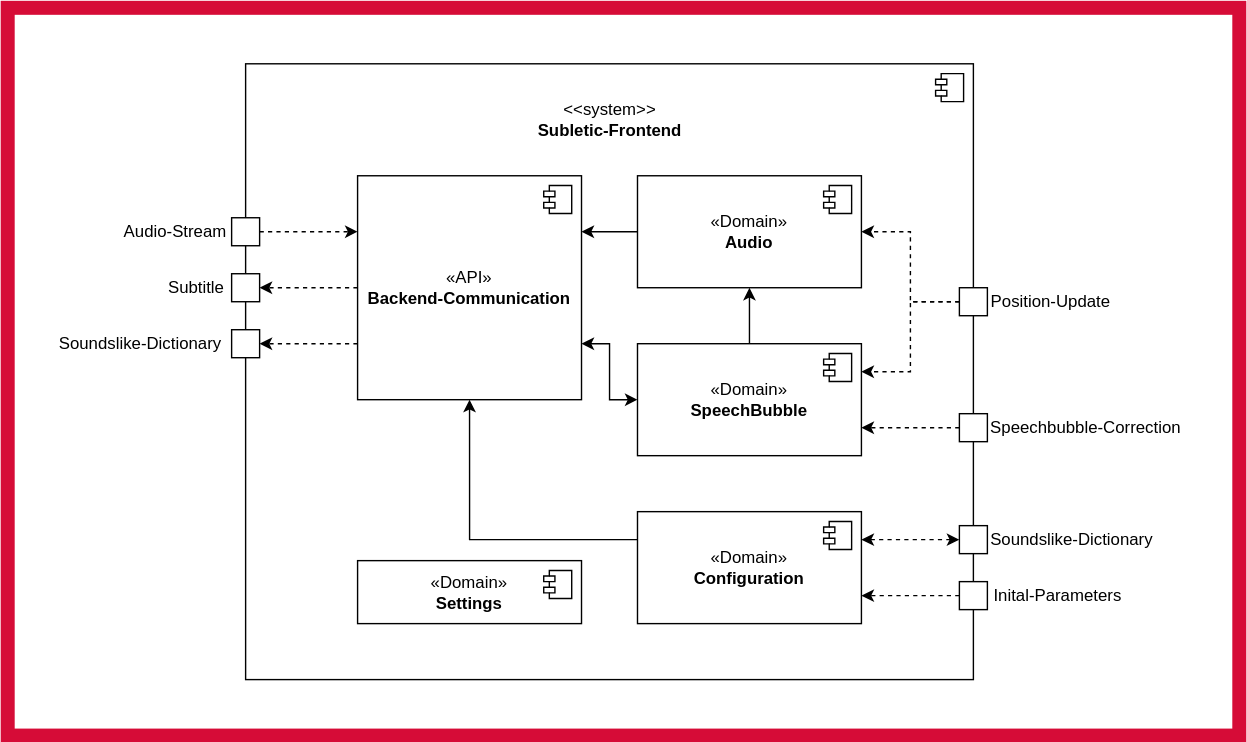
Subletic/Documentation keeps this draw.io diagram as TechnicalDocumentation/arc42/img/Bausteinsicht_1_Frontend.drawio.svg. Above is the earlier version. Source tidied: cells renumbered, new cells last; positions are measured from the earlier drawing's top-left corner, leaving out a move shared by most shapes. Source of this version:
```xml
<mxGraphModel>
  <root>
    <mxCell id="0" />
    <mxCell id="1" parent="0" />
    <mxCell id="2" style="rounded=0;whiteSpace=wrap;html=1;strokeColor=#D60C37;strokeWidth=10;" parent="1" vertex="1">
      <mxGeometry width="880" height="520" as="geometry" />
    </mxCell>
    <mxCell id="3" style="html=1;whiteSpace=wrap;" parent="1" vertex="1">
      <mxGeometry x="170" y="40" width="520" height="440" as="geometry" />
    </mxCell>
    <mxCell id="4" style="shape=module;jettyWidth=8;jettyHeight=4;" parent="3" vertex="1">
      <mxGeometry x="1" width="20" height="20" relative="1" as="geometry">
        <mxPoint x="-27" y="7" as="offset" />
      </mxGeometry>
    </mxCell>
    <mxCell id="5" style="edgeStyle=orthogonalEdgeStyle;rounded=0;jettySize=auto;html=1;exitX=0;exitY=0.5;exitDx=0;exitDy=0;entryX=1;entryY=0.5;entryDx=0;entryDy=0;dashed=1;" parent="1" edge="1" source="8" target="20">
      <mxGeometry relative="1" as="geometry">
        <Array as="points">
          <mxPoint x="210" y="200" />
          <mxPoint x="210" y="200" />
        </Array>
      </mxGeometry>
    </mxCell>
    <mxCell id="6" style="edgeStyle=orthogonalEdgeStyle;rounded=0;jettySize=auto;html=1;exitX=1;exitY=0.75;exitDx=0;exitDy=0;entryX=0;entryY=0.5;entryDx=0;entryDy=0;startArrow=classic;startFill=1;" parent="1" edge="1" source="8" target="14">
      <mxGeometry relative="1" as="geometry" />
    </mxCell>
    <mxCell id="7" style="edgeStyle=orthogonalEdgeStyle;rounded=0;jettySize=auto;html=1;exitX=0;exitY=0.75;exitDx=0;exitDy=0;entryX=1;entryY=0.5;entryDx=0;entryDy=0;dashed=1;" parent="1" edge="1" source="8" target="31">
      <mxGeometry relative="1" as="geometry" />
    </mxCell>
    <mxCell id="8" value="«API»&lt;br&gt;&lt;b&gt;Backend-Communication&lt;/b&gt;" style="html=1;whiteSpace=wrap;" parent="1" vertex="1">
      <mxGeometry x="250" y="120" width="160" height="160" as="geometry" />
    </mxCell>
    <mxCell id="9" style="shape=module;jettyWidth=8;jettyHeight=4;" parent="8" vertex="1">
      <mxGeometry x="1" width="20" height="20" relative="1" as="geometry">
        <mxPoint x="-27" y="7" as="offset" />
      </mxGeometry>
    </mxCell>
    <mxCell id="10" style="rounded=0;jettySize=auto;html=1;endArrow=classic;endFill=1;exitX=0.5;exitY=0;exitDx=0;exitDy=0;entryX=0.5;entryY=1;entryDx=0;entryDy=0;" parent="1" edge="1" source="14" target="12">
      <mxGeometry relative="1" as="geometry" />
    </mxCell>
    <mxCell id="11" style="edgeStyle=orthogonalEdgeStyle;html=1;exitX=0;exitY=0.5;exitDx=0;exitDy=0;entryX=1;entryY=0.25;entryDx=0;entryDy=0;rounded=0;" parent="1" edge="1" source="12" target="8">
      <mxGeometry relative="1" as="geometry" />
    </mxCell>
    <mxCell id="12" value="«Domain»&lt;br&gt;&lt;b&gt;Audio&lt;/b&gt;" style="html=1;whiteSpace=wrap;" parent="1" vertex="1">
      <mxGeometry x="450" y="120" width="160" height="80" as="geometry" />
    </mxCell>
    <mxCell id="13" style="shape=module;jettyWidth=8;jettyHeight=4;" parent="12" vertex="1">
      <mxGeometry x="1" width="20" height="20" relative="1" as="geometry">
        <mxPoint x="-27" y="7" as="offset" />
      </mxGeometry>
    </mxCell>
    <mxCell id="14" value="«Domain»&lt;br&gt;&lt;b&gt;SpeechBubble&lt;/b&gt;" style="html=1;whiteSpace=wrap;" parent="1" vertex="1">
      <mxGeometry x="450" y="240" width="160" height="80" as="geometry" />
    </mxCell>
    <mxCell id="15" style="shape=module;jettyWidth=8;jettyHeight=4;" parent="14" vertex="1">
      <mxGeometry x="1" width="20" height="20" relative="1" as="geometry">
        <mxPoint x="-27" y="7" as="offset" />
      </mxGeometry>
    </mxCell>
    <mxCell id="16" style="edgeStyle=orthogonalEdgeStyle;rounded=0;jettySize=auto;html=1;exitX=0;exitY=0.5;exitDx=0;exitDy=0;dashed=1;entryX=1;entryY=0.75;entryDx=0;entryDy=0;" parent="1" edge="1" source="24" target="14">
      <mxGeometry relative="1" as="geometry" />
    </mxCell>
    <mxCell id="17" style="edgeStyle=orthogonalEdgeStyle;rounded=0;jettySize=auto;html=1;entryX=0;entryY=0.25;entryDx=0;entryDy=0;dashed=1;exitX=1;exitY=0.5;exitDx=0;exitDy=0;" parent="1" edge="1" source="18" target="8">
      <mxGeometry relative="1" as="geometry">
        <Array as="points">
          <mxPoint x="190" y="160" />
          <mxPoint x="190" y="160" />
        </Array>
      </mxGeometry>
    </mxCell>
    <mxCell id="18" style="rounded=0;whiteSpace=wrap;html=1;" parent="1" vertex="1">
      <mxGeometry x="160" y="150" width="20" height="20" as="geometry" />
    </mxCell>
    <mxCell id="19" value="Audio-Stream" style="text;html=1;strokeColor=none;fillColor=none;align=center;verticalAlign=middle;whiteSpace=wrap;rounded=0;" parent="1" vertex="1">
      <mxGeometry x="80" y="145" width="80" height="30" as="geometry" />
    </mxCell>
    <mxCell id="20" style="rounded=0;whiteSpace=wrap;html=1;" parent="1" vertex="1">
      <mxGeometry x="160" y="190" width="20" height="20" as="geometry" />
    </mxCell>
    <mxCell id="21" value="Soundslike-Dictionary" style="text;html=1;strokeColor=none;fillColor=none;align=center;verticalAlign=middle;whiteSpace=wrap;rounded=0;" parent="1" vertex="1">
      <mxGeometry x="30" y="225" width="130" height="30" as="geometry" />
    </mxCell>
    <mxCell id="22" style="edgeStyle=orthogonalEdgeStyle;rounded=0;jettySize=auto;html=1;exitX=0;exitY=0.5;exitDx=0;exitDy=0;entryX=1;entryY=0.25;entryDx=0;entryDy=0;dashed=1;startArrow=classic;startFill=1;" parent="1" edge="1" source="23" target="29">
      <mxGeometry relative="1" as="geometry" />
    </mxCell>
    <mxCell id="23" style="rounded=0;whiteSpace=wrap;html=1;" parent="1" vertex="1">
      <mxGeometry x="680" y="370" width="20" height="20" as="geometry" />
    </mxCell>
    <mxCell id="24" style="rounded=0;whiteSpace=wrap;html=1;" parent="1" vertex="1">
      <mxGeometry x="680" y="290" width="20" height="20" as="geometry" />
    </mxCell>
    <mxCell id="25" value="&lt;div&gt;&amp;lt;&amp;lt;system&amp;gt;&amp;gt;&lt;/div&gt;&lt;div&gt;&lt;b&gt;Subletic-Frontend&lt;/b&gt;&lt;br&gt;&lt;/div&gt;" style="text;html=1;align=center;verticalAlign=middle;strokeColor=none;fillColor=none;" parent="1" vertex="1">
      <mxGeometry x="365" y="60" width="130" height="40" as="geometry" />
    </mxCell>
    <mxCell id="26" value="Soundslike-Dictionary" style="text;html=1;align=center;verticalAlign=middle;strokeColor=none;fillColor=none;rotation=0;" parent="1" vertex="1">
      <mxGeometry x="700" y="365" width="120" height="30" as="geometry" />
    </mxCell>
    <mxCell id="27" value="Speechbubble-Correction" style="text;html=1;align=center;verticalAlign=middle;strokeColor=none;fillColor=none;" parent="1" vertex="1">
      <mxGeometry x="700" y="285" width="140" height="30" as="geometry" />
    </mxCell>
    <mxCell id="28" style="edgeStyle=orthogonalEdgeStyle;rounded=0;jettySize=auto;html=1;exitX=0;exitY=0.25;exitDx=0;exitDy=0;entryX=0.5;entryY=1;entryDx=0;entryDy=0;" parent="1" edge="1" source="29" target="8">
      <mxGeometry relative="1" as="geometry" />
    </mxCell>
    <mxCell id="29" value="&lt;div&gt;«Domain»&lt;/div&gt;&lt;b&gt;Configuration&lt;/b&gt;" style="html=1;whiteSpace=wrap;" parent="1" vertex="1">
      <mxGeometry x="450" y="360" width="160" height="80" as="geometry" />
    </mxCell>
    <mxCell id="30" style="shape=module;jettyWidth=8;jettyHeight=4;" parent="29" vertex="1">
      <mxGeometry x="1" width="20" height="20" relative="1" as="geometry">
        <mxPoint x="-27" y="7" as="offset" />
      </mxGeometry>
    </mxCell>
    <mxCell id="31" style="rounded=0;whiteSpace=wrap;html=1;" parent="1" vertex="1">
      <mxGeometry x="160" y="230" width="20" height="20" as="geometry" />
    </mxCell>
    <mxCell id="32" value="Subtitle" style="text;html=1;strokeColor=none;fillColor=none;align=center;verticalAlign=middle;whiteSpace=wrap;rounded=0;" parent="1" vertex="1">
      <mxGeometry x="110" y="185" width="50" height="30" as="geometry" />
    </mxCell>
    <mxCell id="33" style="edgeStyle=orthogonalEdgeStyle;rounded=0;jettySize=auto;html=1;exitX=0;exitY=0.5;exitDx=0;exitDy=0;entryX=1;entryY=0.25;entryDx=0;entryDy=0;dashed=1;" parent="1" edge="1" source="35" target="14">
      <mxGeometry relative="1" as="geometry" />
    </mxCell>
    <mxCell id="34" style="edgeStyle=orthogonalEdgeStyle;rounded=0;jettySize=auto;html=1;exitX=0;exitY=0.5;exitDx=0;exitDy=0;entryX=1;entryY=0.5;entryDx=0;entryDy=0;dashed=1;" parent="1" edge="1" source="35" target="12">
      <mxGeometry relative="1" as="geometry" />
    </mxCell>
    <mxCell id="35" style="rounded=0;whiteSpace=wrap;html=1;" parent="1" vertex="1">
      <mxGeometry x="680" y="200" width="20" height="20" as="geometry" />
    </mxCell>
    <mxCell id="36" value="Position-Update" style="text;html=1;align=center;verticalAlign=middle;strokeColor=none;fillColor=none;" parent="1" vertex="1">
      <mxGeometry x="700" y="195" width="90" height="30" as="geometry" />
    </mxCell>
    <mxCell id="37" style="rounded=0;whiteSpace=wrap;html=1;" parent="1" vertex="1">
      <mxGeometry x="680" y="410" width="20" height="20" as="geometry" />
    </mxCell>
    <mxCell id="38" style="edgeStyle=orthogonalEdgeStyle;rounded=0;jettySize=auto;html=1;exitX=0;exitY=0.5;exitDx=0;exitDy=0;entryX=1;entryY=0.75;entryDx=0;entryDy=0;dashed=1;startArrow=none;startFill=0;endArrow=classic;endFill=1;" parent="1" edge="1" source="37" target="29">
      <mxGeometry relative="1" as="geometry" />
    </mxCell>
    <mxCell id="39" value="Inital-Parameters" style="text;html=1;align=center;verticalAlign=middle;strokeColor=none;fillColor=none;rotation=0;" parent="1" vertex="1">
      <mxGeometry x="700" y="405" width="100" height="30" as="geometry" />
    </mxCell>
    <mxCell id="40" value="&lt;div&gt;«Domain»&lt;/div&gt;&lt;b&gt;Settings&lt;/b&gt;" style="html=1;whiteSpace=wrap;" parent="1" vertex="1">
      <mxGeometry x="250" y="395" width="160" height="45" as="geometry" />
    </mxCell>
    <mxCell id="41" style="shape=module;jettyWidth=8;jettyHeight=4;" parent="40" vertex="1">
      <mxGeometry x="1" width="20" height="20" relative="1" as="geometry">
        <mxPoint x="-27" y="7" as="offset" />
      </mxGeometry>
    </mxCell>
  </root>
</mxGraphModel>
```
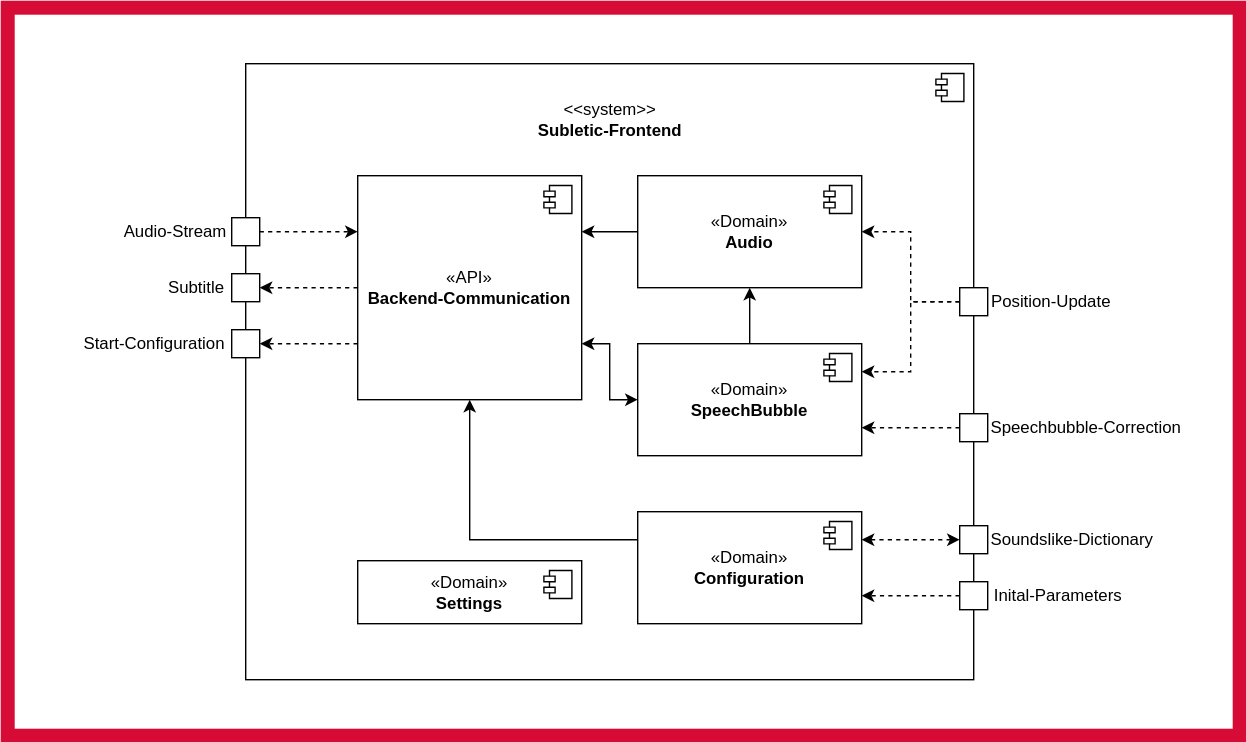
The same file after the commit.

The edit, as a diff of the source:
```diff
@@ -77,8 +77,8 @@
     <mxCell id="20" style="rounded=0;whiteSpace=wrap;html=1;" parent="1" vertex="1">
       <mxGeometry x="160" y="190" width="20" height="20" as="geometry" />
     </mxCell>
-    <mxCell id="21" value="Soundslike-Dictionary" style="text;html=1;strokeColor=none;fillColor=none;align=center;verticalAlign=middle;whiteSpace=wrap;rounded=0;" parent="1" vertex="1">
-      <mxGeometry x="30" y="225" width="130" height="30" as="geometry" />
+    <mxCell id="21" value="Start-Configuration" style="text;html=1;strokeColor=none;fillColor=none;align=center;verticalAlign=middle;whiteSpace=wrap;rounded=0;" parent="1" vertex="1">
+      <mxGeometry x="50" y="225" width="110" height="30" as="geometry" />
     </mxCell>
     <mxCell id="22" style="edgeStyle=orthogonalEdgeStyle;rounded=0;jettySize=auto;html=1;exitX=0;exitY=0.5;exitDx=0;exitDy=0;entryX=1;entryY=0.25;entryDx=0;entryDy=0;dashed=1;startArrow=classic;startFill=1;" parent="1" edge="1" source="23" target="29">
       <mxGeometry relative="1" as="geometry" />
```
